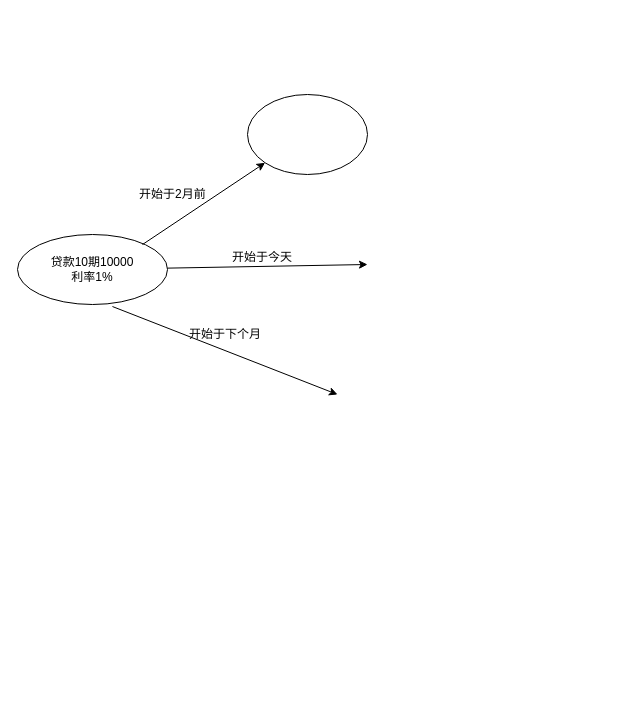
ghosthamlet/rc keeps this draw.io diagram as Untitled Diagram.drawio. Above is the earlier version. Source tidied: cells renumbered, new cells numbered last; positions are measured from the earlier drawing's top-left corner, leaving out a move shared by most shapes. Both pictures are drawn from the tidied source at 100%, with x=0, y=0 at pixel (17, 94).
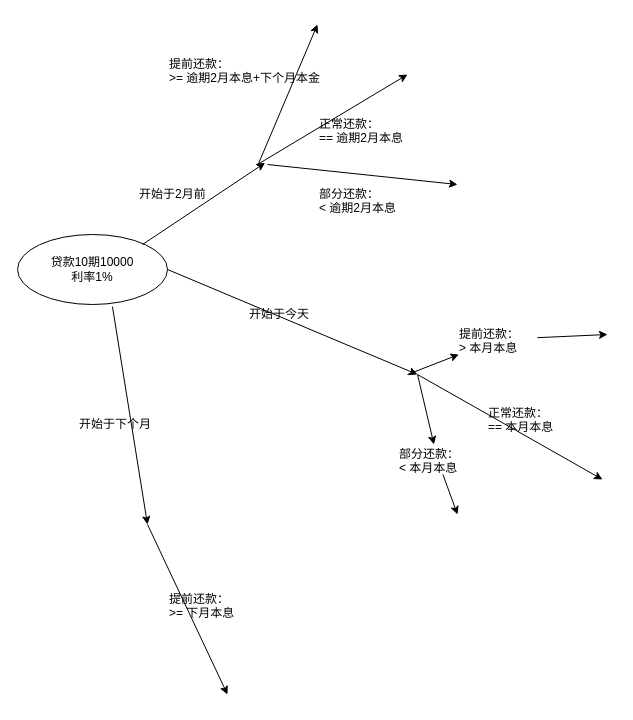
Above is the later version.

The change refers to these unchanged cells:
```xml
<mxCell id="2" value="&lt;div&gt;贷款10期10000&lt;/div&gt;&lt;div&gt;利率1%&lt;br&gt;&lt;/div&gt;" style="ellipse;whiteSpace=wrap;html=1;" parent="1" vertex="1">
  <mxGeometry y="140" width="150" height="70" as="geometry" />
</mxCell>
```

What changed in the source:
```diff
@@
-    <mxCell id="3" style="endArrow=classic;html=1;entryX=0;entryY=1;entryDx=0;entryDy=0;" parent="1" edge="1" target="4">
+    <mxCell id="3" style="endArrow=classic;html=1;entryX=0;entryY=1;entryDx=0;entryDy=0;" parent="1" edge="1">
       <mxGeometry relative="1" as="geometry">
         <mxPoint x="125" y="150" as="sourcePoint" />
+        <mxPoint x="247.6" y="68.3" as="targetPoint" />
       </mxGeometry>
     </mxCell>
-    <mxCell id="4" style="ellipse;whiteSpace=wrap;html=1;" parent="1" vertex="1">
-      <mxGeometry x="230" width="120" height="80" as="geometry" />
-    </mxCell>
@@
-    <mxCell id="6" style="endArrow=classic;html=1;" parent="1" edge="1" source="2">
-      <mxGeometry relative="1" as="geometry">
-        <mxPoint x="350" y="170" as="targetPoint" />
-      </mxGeometry>
-    </mxCell>
-    <mxCell id="7" value="开始于今天" style="text;html=1;align=left;verticalAlign=top;spacingTop=-4;" parent="1" vertex="1">
-      <mxGeometry x="213" y="153" width="80" height="20" as="geometry" />
-    </mxCell>
     <mxCell id="8" style="endArrow=classic;html=1;exitX=0.633;exitY=1.029;exitDx=0;exitDy=0;exitPerimeter=0;" parent="1" edge="1" source="2">
       <mxGeometry relative="1" as="geometry">
-        <mxPoint x="320" y="300" as="targetPoint" />
+        <mxPoint x="130" y="430" as="targetPoint" />
       </mxGeometry>
     </mxCell>
     <mxCell id="9" value="开始于下个月" style="text;html=1;align=left;verticalAlign=top;spacingTop=-4;" parent="1" vertex="1">
-      <mxGeometry x="170" y="230" width="90" height="20" as="geometry" />
+      <mxGeometry x="60" y="320" width="90" height="20" as="geometry" />
     </mxCell>
+    <mxCell id="10" style="endArrow=classic;html=1;" parent="1" edge="1">
+      <mxGeometry relative="1" as="geometry">
+        <mxPoint x="240" y="71.5" as="sourcePoint" />
+        <mxPoint x="300" y="-70" as="targetPoint" />
+      </mxGeometry>
+    </mxCell>
+    <mxCell id="11" value="&lt;div&gt;提前还款：&lt;/div&gt;&lt;div&gt;&amp;gt;= 逾期2月本息+下个月本金&lt;br&gt;&lt;/div&gt;" style="text;html=1;align=left;verticalAlign=top;spacingTop=-4;" parent="1" vertex="1">
+      <mxGeometry x="150" y="-40" width="170" height="30" as="geometry" />
+    </mxCell>
+    <mxCell id="12" style="endArrow=classic;html=1;" parent="1" edge="1">
+      <mxGeometry relative="1" as="geometry">
+        <mxPoint x="240" y="70" as="sourcePoint" />
+        <mxPoint x="390" y="-20" as="targetPoint" />
+      </mxGeometry>
+    </mxCell>
+    <mxCell id="13" value="&lt;div&gt;正常还款：&lt;/div&gt;&lt;div&gt;== 逾期2月本息&lt;br&gt;&lt;/div&gt;" style="text;html=1;align=left;verticalAlign=top;spacingTop=-4;" parent="1" vertex="1">
+      <mxGeometry x="300" y="20" width="100" height="30" as="geometry" />
+    </mxCell>
+    <mxCell id="14" style="endArrow=classic;html=1;" parent="1" edge="1">
+      <mxGeometry relative="1" as="geometry">
+        <mxPoint x="250" y="70" as="sourcePoint" />
+        <mxPoint x="440" y="90" as="targetPoint" />
+      </mxGeometry>
+    </mxCell>
+    <mxCell id="7" value="开始于今天" style="text;html=1;align=left;verticalAlign=top;spacingTop=-4;" parent="1" vertex="1">
+      <mxGeometry x="230" y="210" width="80" height="20" as="geometry" />
+    </mxCell>
+    <mxCell id="15" style="endArrow=classic;html=1;exitX=1;exitY=0.5;exitDx=0;exitDy=0;" parent="1" edge="1" source="2">
+      <mxGeometry relative="1" as="geometry">
+        <mxPoint x="400" y="280" as="targetPoint" />
+      </mxGeometry>
+    </mxCell>
+    <mxCell id="16" value="&lt;div&gt;部分还款：&lt;/div&gt;&lt;div&gt;&amp;lt; 逾期2月本息&lt;br&gt;&lt;/div&gt;" style="text;html=1;align=left;verticalAlign=top;spacingTop=-4;" parent="1" vertex="1">
+      <mxGeometry x="300" y="90" width="90" height="30" as="geometry" />
+    </mxCell>
+    <mxCell id="17" style="endArrow=classic;html=1;" parent="1" edge="1" source="18">
+      <mxGeometry relative="1" as="geometry">
+        <mxPoint x="590" y="240" as="targetPoint" />
+      </mxGeometry>
+    </mxCell>
+    <mxCell id="18" value="&lt;div&gt;提前还款：&lt;/div&gt;&lt;div&gt;&amp;gt; 本月本息&lt;br&gt;&lt;/div&gt;" style="text;html=1;points=[];align=left;verticalAlign=top;spacingTop=-4;" parent="1" vertex="1">
+      <mxGeometry x="440" y="230" width="80" height="30" as="geometry" />
+    </mxCell>
+    <mxCell id="19" style="endArrow=classic;html=1;" parent="1" edge="1" target="18">
+      <mxGeometry relative="1" as="geometry">
+        <mxPoint x="390" y="280" as="sourcePoint" />
+      </mxGeometry>
+    </mxCell>
+    <mxCell id="20" style="endArrow=classic;html=1;" parent="1" edge="1">
+      <mxGeometry relative="1" as="geometry">
+        <mxPoint x="400" y="280" as="sourcePoint" />
+        <mxPoint x="585" y="385" as="targetPoint" />
+      </mxGeometry>
+    </mxCell>
+    <mxCell id="21" value="&lt;div&gt;正常还款：&lt;/div&gt;&lt;div&gt;== 本月本息&lt;br&gt;&lt;/div&gt;" style="text;html=1;align=left;verticalAlign=top;spacingTop=-4;" parent="1" vertex="1">
+      <mxGeometry x="469" y="309" width="80" height="30" as="geometry" />
+    </mxCell>
+    <mxCell id="22" style="endArrow=classic;html=1;" parent="1" edge="1" source="23">
+      <mxGeometry relative="1" as="geometry">
+        <mxPoint x="440" y="420" as="targetPoint" />
+      </mxGeometry>
+    </mxCell>
+    <mxCell id="23" value="&lt;div&gt;部分还款：&lt;/div&gt;&lt;div&gt;&amp;lt; 本月本息&lt;br&gt;&lt;/div&gt;" style="text;html=1;points=[];align=left;verticalAlign=top;spacingTop=-4;" parent="1" vertex="1">
+      <mxGeometry x="380" y="350" width="80" height="30" as="geometry" />
+    </mxCell>
+    <mxCell id="24" style="endArrow=classic;html=1;" parent="1" edge="1" target="23">
+      <mxGeometry relative="1" as="geometry">
+        <mxPoint x="400" y="280" as="sourcePoint" />
+      </mxGeometry>
+    </mxCell>
+    <mxCell id="25" style="endArrow=classic;html=1;" parent="1" edge="1">
+      <mxGeometry relative="1" as="geometry">
+        <mxPoint x="130" y="430" as="sourcePoint" />
+        <mxPoint x="210" y="600" as="targetPoint" />
+      </mxGeometry>
+    </mxCell>
+    <mxCell id="26" value="&lt;div&gt;提前还款：&lt;/div&gt;&lt;div&gt;&amp;gt;= 下月本息&lt;br&gt;&lt;/div&gt;" style="text;html=1;align=left;verticalAlign=top;spacingTop=-4;" parent="1" vertex="1">
+      <mxGeometry x="150" y="495" width="80" height="30" as="geometry" />
+    </mxCell>
```
